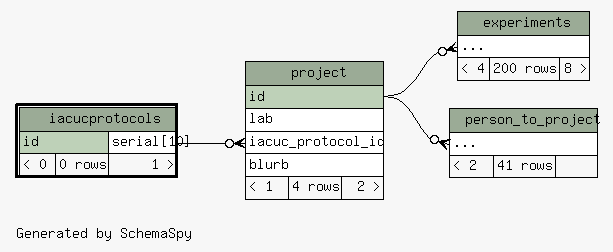
This is database/ss/diagrams/iacucprotocols.2degrees.png from tgbugs/mlab, a Graphviz export, as it was before one commit. Its source is kept beside it as database/ss/diagrams/iacucprotocols.2degrees.dot. Source of this version:
```dot
digraph "twoDegreesRelationshipsDiagram" {
  graph [
    rankdir="RL"
    bgcolor="#f7f7f7"
    label="\nGenerated by SchemaSpy"
    labeljust="l"
    nodesep="0.18"
    ranksep="0.46"
    fontname="Helvetica"
    fontsize="11"
  ];
  node [
    fontname="Helvetica"
    fontsize="11"
    shape="plaintext"
  ];
  edge [
    arrowsize="0.8"
  ];
  "experiments":"elipses":w -> "project":"id":e [arrowhead=none dir=back arrowtail=crowodot];
  "person_to_project":"elipses":w -> "project":"id":e [arrowhead=none dir=back arrowtail=crowodot];
  "project":"iacuc_protocol_id":w -> "iacucprotocols":"id.type":e [arrowhead=none dir=back arrowtail=crowodot];
  "experiments" [
    label=<
    <TABLE BORDER="0" CELLBORDER="1" CELLSPACING="0" BGCOLOR="#ffffff">
      <TR><TD COLSPAN="3" BGCOLOR="#9bab96" ALIGN="CENTER">experiments</TD></TR>
      <TR><TD PORT="elipses" COLSPAN="3" ALIGN="LEFT">...</TD></TR>
      <TR><TD ALIGN="LEFT" BGCOLOR="#f7f7f7">&lt; 4</TD><TD ALIGN="RIGHT" BGCOLOR="#f7f7f7">200 rows</TD><TD ALIGN="RIGHT" BGCOLOR="#f7f7f7">8 &gt;</TD></TR>
    </TABLE>>
    URL="experiments.html"
    tooltip="experiments"
  ];
  "iacucprotocols" [
    label=<
    <TABLE BORDER="2" CELLBORDER="1" CELLSPACING="0" BGCOLOR="#ffffff">
      <TR><TD COLSPAN="3" BGCOLOR="#9bab96" ALIGN="CENTER">iacucprotocols</TD></TR>
      <TR><TD PORT="id" COLSPAN="2" BGCOLOR="#bed1b8" ALIGN="LEFT">id</TD><TD PORT="id.type" ALIGN="LEFT">serial[10]</TD></TR>
      <TR><TD ALIGN="LEFT" BGCOLOR="#f7f7f7">&lt; 0</TD><TD ALIGN="RIGHT" BGCOLOR="#f7f7f7">0 rows</TD><TD ALIGN="RIGHT" BGCOLOR="#f7f7f7">1 &gt;</TD></TR>
    </TABLE>>
    URL="iacucprotocols.html"
    tooltip="iacucprotocols"
  ];
  "person_to_project" [
    label=<
    <TABLE BORDER="0" CELLBORDER="1" CELLSPACING="0" BGCOLOR="#ffffff">
      <TR><TD COLSPAN="3" BGCOLOR="#9bab96" ALIGN="CENTER">person_to_project</TD></TR>
      <TR><TD PORT="elipses" COLSPAN="3" ALIGN="LEFT">...</TD></TR>
      <TR><TD ALIGN="LEFT" BGCOLOR="#f7f7f7">&lt; 2</TD><TD ALIGN="RIGHT" BGCOLOR="#f7f7f7">41 rows</TD><TD ALIGN="RIGHT" BGCOLOR="#f7f7f7">  </TD></TR>
    </TABLE>>
    URL="person_to_project.html"
    tooltip="person_to_project"
  ];
  "project" [
    label=<
    <TABLE BORDER="0" CELLBORDER="1" CELLSPACING="0" BGCOLOR="#ffffff">
      <TR><TD COLSPAN="3" BGCOLOR="#9bab96" ALIGN="CENTER">project</TD></TR>
      <TR><TD PORT="id" COLSPAN="3" BGCOLOR="#bed1b8" ALIGN="LEFT">id</TD></TR>
      <TR><TD PORT="lab" COLSPAN="3" ALIGN="LEFT">lab</TD></TR>
      <TR><TD PORT="iacuc_protocol_id" COLSPAN="3" ALIGN="LEFT">iacuc_protocol_id</TD></TR>
      <TR><TD PORT="blurb" COLSPAN="3" ALIGN="LEFT">blurb</TD></TR>
      <TR><TD ALIGN="LEFT" BGCOLOR="#f7f7f7">&lt; 1</TD><TD ALIGN="RIGHT" BGCOLOR="#f7f7f7">4 rows</TD><TD ALIGN="RIGHT" BGCOLOR="#f7f7f7">2 &gt;</TD></TR>
    </TABLE>>
    URL="project.html"
    tooltip="project"
  ];
}
```
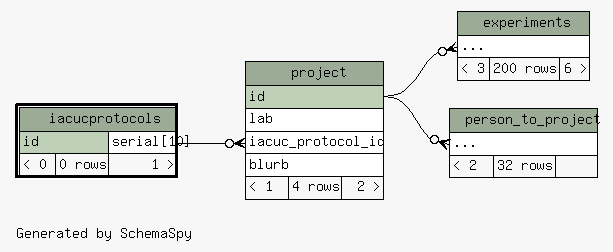
After the change.

What changed in the source:
```diff
@@ -25,7 +25,7 @@
     <TABLE BORDER="0" CELLBORDER="1" CELLSPACING="0" BGCOLOR="#ffffff">
       <TR><TD COLSPAN="3" BGCOLOR="#9bab96" ALIGN="CENTER">experiments</TD></TR>
       <TR><TD PORT="elipses" COLSPAN="3" ALIGN="LEFT">...</TD></TR>
-      <TR><TD ALIGN="LEFT" BGCOLOR="#f7f7f7">&lt; 4</TD><TD ALIGN="RIGHT" BGCOLOR="#f7f7f7">200 rows</TD><TD ALIGN="RIGHT" BGCOLOR="#f7f7f7">8 &gt;</TD></TR>
+      <TR><TD ALIGN="LEFT" BGCOLOR="#f7f7f7">&lt; 3</TD><TD ALIGN="RIGHT" BGCOLOR="#f7f7f7">200 rows</TD><TD ALIGN="RIGHT" BGCOLOR="#f7f7f7">6 &gt;</TD></TR>
     </TABLE>>
     URL="experiments.html"
     tooltip="experiments"
@@ -45,7 +45,7 @@
     <TABLE BORDER="0" CELLBORDER="1" CELLSPACING="0" BGCOLOR="#ffffff">
       <TR><TD COLSPAN="3" BGCOLOR="#9bab96" ALIGN="CENTER">person_to_project</TD></TR>
       <TR><TD PORT="elipses" COLSPAN="3" ALIGN="LEFT">...</TD></TR>
-      <TR><TD ALIGN="LEFT" BGCOLOR="#f7f7f7">&lt; 2</TD><TD ALIGN="RIGHT" BGCOLOR="#f7f7f7">41 rows</TD><TD ALIGN="RIGHT" BGCOLOR="#f7f7f7">  </TD></TR>
+      <TR><TD ALIGN="LEFT" BGCOLOR="#f7f7f7">&lt; 2</TD><TD ALIGN="RIGHT" BGCOLOR="#f7f7f7">32 rows</TD><TD ALIGN="RIGHT" BGCOLOR="#f7f7f7">  </TD></TR>
     </TABLE>>
     URL="person_to_project.html"
     tooltip="person_to_project"
```
